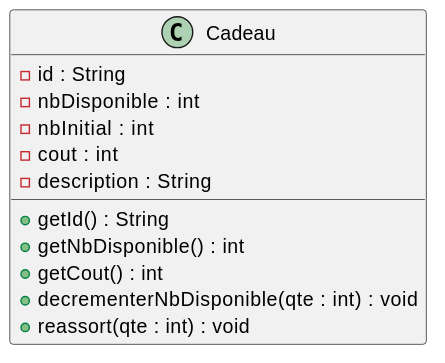
Before: Diagrammes/pge_uml_diag_classe_cadeau.svg, a diagram exported from PlantUML (yasminebelmaaziz/dev_logiciel). Its diagram source:
```plantuml
@startuml
class Cadeau {
  - id : String
  - nbDisponible : int
  - nbInitial : int
  - cout : int
  - description : String

  + getId() : String
  + getNbDisponible() : int
  + getCout() : int
  + decrementerNbDisponible(qte : int) : void
  + reassort(qte : int) : void
}
@enduml
```
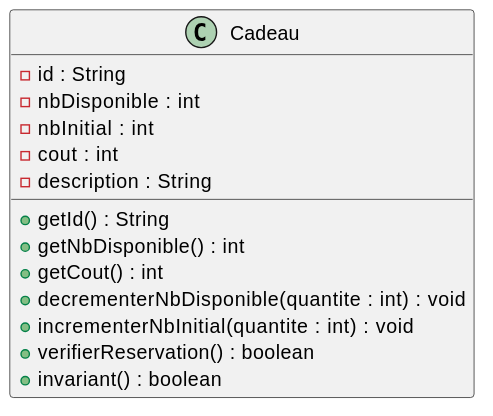
The same diagram one commit later.

Commit message:
Correction de la fiche de la classe Cadeau

Change to the diagram source:
```diff
@@ -9,7 +9,9 @@
   + getId() : String
   + getNbDisponible() : int
   + getCout() : int
-  + decrementerNbDisponible(qte : int) : void
-  + reassort(qte : int) : void
+  + decrementerNbDisponible(quantite : int) : void
+  + incrementerNbInitial(quantite : int) : void
+  + verifierReservation() : boolean
+  + invariant() : boolean
 }
 @enduml
```
